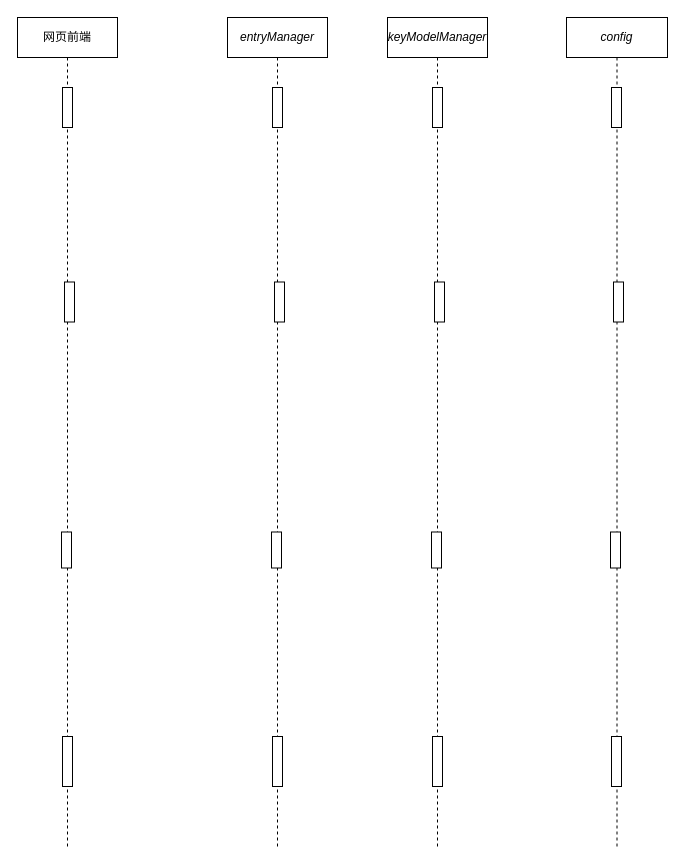
Above: 录播get模块.drawio in huangPeiLc/drawio (draw.io), before the change. Source tidied: cells renumbered, new cells numbered last; positions are measured from the earlier drawing's top-left corner, leaving out a move shared by most shapes. Both pictures are drawn from the tidied source at 100%, with x=0, y=0 at pixel (17, 17).
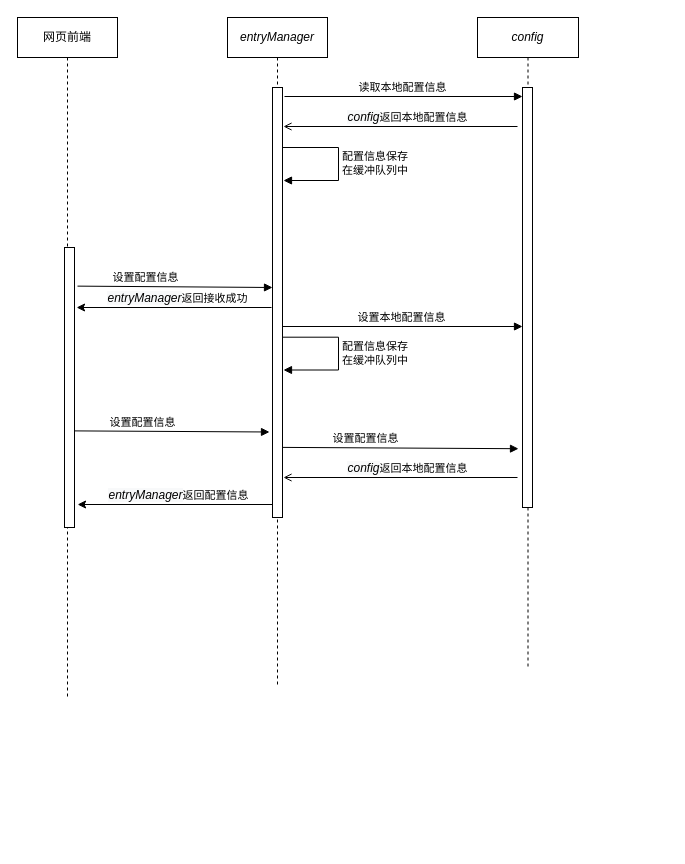
Above is the later version.

Diff of the diagram source:
```diff
@@
     <mxCell id="2" value="网页前端" style="shape=umlLifeline;perimeter=lifelinePerimeter;whiteSpace=wrap;html=1;" parent="1" vertex="1">
-      <mxGeometry width="100" height="829" as="geometry" />
+      <mxGeometry width="100" height="680" as="geometry" />
     </mxCell>
-    <mxCell id="3" style="html=1;perimeter=orthogonalPerimeter;" parent="2" vertex="1">
-      <mxGeometry x="44" y="514.5" width="10" height="36" as="geometry" />
-    </mxCell>
-    <mxCell id="4" style="html=1;perimeter=orthogonalPerimeter;" parent="2" vertex="1">
-      <mxGeometry x="45" y="70" width="10" height="40" as="geometry" />
-    </mxCell>
     <mxCell id="5" style="html=1;points=[];perimeter=orthogonalPerimeter;" parent="2" vertex="1">
-      <mxGeometry x="47" y="264.5" width="10" height="40" as="geometry" />
+      <mxGeometry x="47" y="230" width="10" height="280" as="geometry" />
     </mxCell>
-    <mxCell id="6" style="html=1;perimeter=orthogonalPerimeter;rounded=0;shadow=0;comic=0;labelBackgroundColor=none;strokeColor=#000000;strokeWidth=1;fillColor=#FFFFFF;fontFamily=Verdana;fontSize=12;fontColor=#000000;align=center;" parent="2" vertex="1">
-      <mxGeometry x="45" y="719" width="10" height="50" as="geometry" />
-    </mxCell>
     <mxCell id="7" value="&lt;i style=&quot;white-space: nowrap&quot;&gt;entryManager&lt;/i&gt;" style="shape=umlLifeline;perimeter=lifelinePerimeter;whiteSpace=wrap;html=1;" parent="1" vertex="1">
-      <mxGeometry x="210" width="100" height="829" as="geometry" />
+      <mxGeometry x="210" width="100" height="670" as="geometry" />
     </mxCell>
-    <mxCell id="8" style="html=1;perimeter=orthogonalPerimeter;" parent="7" vertex="1">
-      <mxGeometry x="44" y="514.5" width="10" height="36" as="geometry" />
-    </mxCell>
     <mxCell id="9" style="html=1;perimeter=orthogonalPerimeter;" parent="7" vertex="1">
-      <mxGeometry x="45" y="70" width="10" height="40" as="geometry" />
+      <mxGeometry x="45" y="70" width="10" height="430" as="geometry" />
     </mxCell>
-    <mxCell id="10" style="html=1;perimeter=orthogonalPerimeter;" parent="7" vertex="1">
-      <mxGeometry x="47" y="264.5" width="10" height="40" as="geometry" />
-    </mxCell>
-    <mxCell id="11" style="html=1;perimeter=orthogonalPerimeter;rounded=0;shadow=0;comic=0;labelBackgroundColor=none;strokeColor=#000000;strokeWidth=1;fillColor=#FFFFFF;fontFamily=Verdana;fontSize=12;fontColor=#000000;align=center;" parent="7" vertex="1">
-      <mxGeometry x="45" y="719" width="10" height="50" as="geometry" />
-    </mxCell>
-    <mxCell id="12" value="&lt;i style=&quot;white-space: nowrap&quot;&gt;keyModelManager&lt;/i&gt;" style="shape=umlLifeline;perimeter=lifelinePerimeter;whiteSpace=wrap;html=1;" parent="1" vertex="1">
-      <mxGeometry x="370" width="100" height="829" as="geometry" />
-    </mxCell>
-    <mxCell id="13" style="html=1;perimeter=orthogonalPerimeter;" parent="12" vertex="1">
-      <mxGeometry x="44" y="514.5" width="10" height="36" as="geometry" />
-    </mxCell>
-    <mxCell id="14" style="html=1;perimeter=orthogonalPerimeter;" parent="12" vertex="1">
-      <mxGeometry x="45" y="70" width="10" height="40" as="geometry" />
-    </mxCell>
-    <mxCell id="15" style="html=1;perimeter=orthogonalPerimeter;" parent="12" vertex="1">
-      <mxGeometry x="47" y="264.5" width="10" height="40" as="geometry" />
-    </mxCell>
-    <mxCell id="16" style="html=1;perimeter=orthogonalPerimeter;rounded=0;shadow=0;comic=0;labelBackgroundColor=none;strokeColor=#000000;strokeWidth=1;fillColor=#FFFFFF;fontFamily=Verdana;fontSize=12;fontColor=#000000;align=center;" parent="12" vertex="1">
-      <mxGeometry x="45" y="719" width="10" height="50" as="geometry" />
-    </mxCell>
     <mxCell id="17" value="&lt;i style=&quot;white-space: nowrap&quot;&gt;config&lt;/i&gt;" style="shape=umlLifeline;perimeter=lifelinePerimeter;whiteSpace=wrap;html=1;" parent="1" vertex="1">
-      <mxGeometry x="549" width="101" height="829" as="geometry" />
+      <mxGeometry x="460" width="101" height="650" as="geometry" />
     </mxCell>
-    <mxCell id="18" style="html=1;perimeter=orthogonalPerimeter;" parent="17" vertex="1">
-      <mxGeometry x="44" y="514.5" width="10" height="36" as="geometry" />
-    </mxCell>
     <mxCell id="19" style="html=1;points=[];perimeter=orthogonalPerimeter;" parent="17" vertex="1">
-      <mxGeometry x="45" y="70" width="10" height="40" as="geometry" />
+      <mxGeometry x="45" y="70" width="10" height="420" as="geometry" />
     </mxCell>
-    <mxCell id="20" style="html=1;perimeter=orthogonalPerimeter;" parent="17" vertex="1">
-      <mxGeometry x="47" y="264.5" width="10" height="40" as="geometry" />
-    </mxCell>
-    <mxCell id="21" style="html=1;perimeter=orthogonalPerimeter;rounded=0;shadow=0;comic=0;labelBackgroundColor=none;strokeColor=#000000;strokeWidth=1;fillColor=#FFFFFF;fontFamily=Verdana;fontSize=12;fontColor=#000000;align=center;" parent="17" vertex="1">
-      <mxGeometry x="45" y="719" width="10" height="50" as="geometry" />
-    </mxCell>
+    <mxCell id="22" value="设置配置信息" style="html=1;verticalAlign=bottom;endArrow=block;exitX=1.3;exitY=0.138;exitDx=0;exitDy=0;exitPerimeter=0;" parent="1" edge="1" source="5">
+      <mxGeometry x="-0.3" relative="1" as="geometry">
+        <mxPoint x="255" y="270" as="targetPoint" />
+      </mxGeometry>
+    </mxCell>
+    <mxCell id="23" value="读取本地配置信息" style="html=1;verticalAlign=bottom;endArrow=block;exitX=1.5;exitY=0.75;exitDx=0;exitDy=0;exitPerimeter=0;" parent="1" edge="1" target="19">
+      <mxGeometry x="-0.01" relative="1" as="geometry">
+        <mxPoint x="267" y="79" as="sourcePoint" />
+      </mxGeometry>
+    </mxCell>
+    <mxCell id="24" value="&lt;i style=&quot;font-size: 12px ; background-color: rgb(248 , 249 , 250)&quot;&gt;config&lt;/i&gt;返回本地配置信息" style="html=1;verticalAlign=bottom;endArrow=none;exitX=1.5;exitY=0.75;exitDx=0;exitDy=0;exitPerimeter=0;startArrow=open;startFill=0;endFill=0;" parent="1" edge="1">
+      <mxGeometry x="0.06" relative="1" as="geometry">
+        <mxPoint x="266" y="109" as="sourcePoint" />
+        <mxPoint x="500" y="109" as="targetPoint" />
+      </mxGeometry>
+    </mxCell>
+    <mxCell id="25" value="配置信息保存&lt;br&gt;在缓冲队列中" style="edgeStyle=orthogonalEdgeStyle;html=1;align=left;spacingLeft=2;endArrow=block;rounded=0;entryX=1;entryY=0.775;entryDx=0;entryDy=0;entryPerimeter=0;" parent="1" edge="1">
+      <mxGeometry relative="1" as="geometry">
+        <mxPoint x="265" y="130" as="sourcePoint" />
+        <mxPoint x="266" y="163" as="targetPoint" />
+        <Array as="points">
+          <mxPoint x="321" y="130" />
+          <mxPoint x="321" y="163" />
+        </Array>
+      </mxGeometry>
+    </mxCell>
+    <mxCell id="26" value="配置信息保存&lt;br&gt;在缓冲队列中" style="edgeStyle=orthogonalEdgeStyle;html=1;align=left;spacingLeft=2;endArrow=block;rounded=0;entryX=1;entryY=0.775;entryDx=0;entryDy=0;entryPerimeter=0;" parent="1" edge="1">
+      <mxGeometry relative="1" as="geometry">
+        <mxPoint x="265.2" y="319.7" as="sourcePoint" />
+        <mxPoint x="266" y="352.5" as="targetPoint" />
+        <Array as="points">
+          <mxPoint x="321" y="319.5" />
+          <mxPoint x="321" y="352.5" />
+        </Array>
+      </mxGeometry>
+    </mxCell>
+    <mxCell id="27" value="&lt;i style=&quot;font-size: 12px ; background-color: rgb(248 , 249 , 250)&quot;&gt;entryManager&lt;/i&gt;返回接收成功" style="html=1;verticalAlign=bottom;endArrow=none;exitX=1.3;exitY=0.138;exitDx=0;exitDy=0;exitPerimeter=0;startArrow=classic;startFill=1;endFill=0;" parent="1" edge="1">
+      <mxGeometry x="0.04" relative="1" as="geometry">
+        <mxPoint x="59.1" y="290" as="sourcePoint" />
+        <mxPoint x="254" y="290" as="targetPoint" />
+      </mxGeometry>
+    </mxCell>
+    <mxCell id="28" value="设置本地配置信息" style="html=1;verticalAlign=bottom;endArrow=block;exitX=1.5;exitY=0.75;exitDx=0;exitDy=0;exitPerimeter=0;" parent="1" edge="1" target="19">
+      <mxGeometry x="-0.01" relative="1" as="geometry">
+        <mxPoint x="265" y="309" as="sourcePoint" />
+      </mxGeometry>
+    </mxCell>
+    <mxCell id="29" value="设置配置信息" style="html=1;verticalAlign=bottom;endArrow=block;exitX=1.3;exitY=0.138;exitDx=0;exitDy=0;exitPerimeter=0;" parent="1" edge="1">
+      <mxGeometry x="-0.3" relative="1" as="geometry">
+        <mxPoint x="57.1" y="413.4" as="sourcePoint" />
+        <mxPoint x="252" y="414.5" as="targetPoint" />
+      </mxGeometry>
+    </mxCell>
+    <mxCell id="30" value="设置配置信息" style="html=1;verticalAlign=bottom;endArrow=block;exitX=1.3;exitY=0.138;exitDx=0;exitDy=0;exitPerimeter=0;entryX=-0.4;entryY=0.86;entryDx=0;entryDy=0;entryPerimeter=0;" parent="1" edge="1" target="19">
+      <mxGeometry x="-0.3" relative="1" as="geometry">
+        <mxPoint x="265.1" y="429.9" as="sourcePoint" />
+      </mxGeometry>
+    </mxCell>
+    <mxCell id="31" value="&lt;i style=&quot;font-size: 12px ; background-color: rgb(248 , 249 , 250)&quot;&gt;config&lt;/i&gt;返回本地配置信息" style="html=1;verticalAlign=bottom;endArrow=none;exitX=1.5;exitY=0.75;exitDx=0;exitDy=0;exitPerimeter=0;startArrow=open;startFill=0;endFill=0;" parent="1" edge="1">
+      <mxGeometry x="0.06" relative="1" as="geometry">
+        <mxPoint x="266" y="460" as="sourcePoint" />
+        <mxPoint x="500" y="460" as="targetPoint" />
+      </mxGeometry>
+    </mxCell>
+    <mxCell id="32" value="&lt;i style=&quot;font-size: 12px ; background-color: rgb(248 , 249 , 250)&quot;&gt;entryManager&lt;/i&gt;返回配置信息" style="html=1;verticalAlign=bottom;endArrow=none;exitX=1.3;exitY=0.138;exitDx=0;exitDy=0;exitPerimeter=0;startArrow=classic;startFill=1;endFill=0;" parent="1" edge="1">
+      <mxGeometry x="0.04" relative="1" as="geometry">
+        <mxPoint x="60.1" y="487" as="sourcePoint" />
+        <mxPoint x="255" y="487" as="targetPoint" />
+      </mxGeometry>
+    </mxCell>
```
